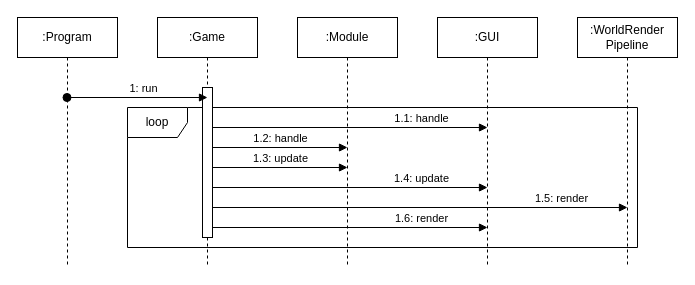
seedhartha/reone keeps this draw.io diagram as doc/diagram/mainloop.drawio. Above is the earlier version. Source tidied: cells renumbered, new cells numbered last; positions are measured from the earlier drawing's top-left corner, leaving out a move shared by most shapes. Both pictures are drawn from the tidied source at 100%, with x=0, y=0 at pixel (17, 17).
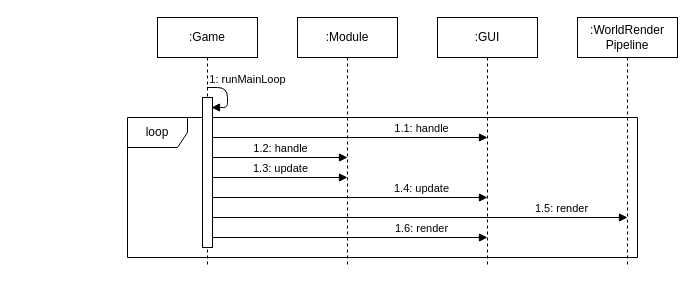
Above is the later version.

Commit message (it also covers changes not shown here):
Update main game loop diagram

[ci skip]

The change refers to these unchanged cells:
```xml
<mxCell id="4" value=":Game" style="shape=umlLifeline;perimeter=lifelinePerimeter;whiteSpace=wrap;html=1;" parent="1" vertex="1">
  <mxGeometry x="140" width="100" height="250" as="geometry" />
</mxCell>
```

Diff of the diagram source:
```diff
@@
     <mxCell id="2" value="loop" style="shape=umlFrame;whiteSpace=wrap;html=1;" parent="1" vertex="1">
-      <mxGeometry x="110" y="90" width="510" height="140" as="geometry" />
+      <mxGeometry x="110" y="100" width="510" height="140" as="geometry" />
     </mxCell>
-    <mxCell id="3" value=":Program" style="shape=umlLifeline;perimeter=lifelinePerimeter;whiteSpace=wrap;html=1;outlineConnect=0;" parent="1" vertex="1">
-      <mxGeometry width="100" height="250" as="geometry" />
-    </mxCell>
@@
     <mxCell id="5" style="html=1;points=[];perimeter=orthogonalPerimeter;" parent="4" vertex="1">
-      <mxGeometry x="45" y="70" width="10" height="150" as="geometry" />
+      <mxGeometry x="45" y="80" width="10" height="150" as="geometry" />
     </mxCell>
+    <mxCell id="16" value="1: runMainLoop" style="html=1;verticalAlign=bottom;endArrow=block;" parent="4" edge="1">
+      <mxGeometry x="-0.27" y="20" relative="1" as="geometry">
+        <mxPoint x="49.5" y="70" as="sourcePoint" />
+        <mxPoint x="54" y="90" as="targetPoint" />
+        <Array as="points">
+          <mxPoint x="70" y="70" />
+          <mxPoint x="70" y="90" />
+        </Array>
+      </mxGeometry>
+    </mxCell>
@@
-    <mxCell id="8" value="1.1: handle" style="html=1;verticalAlign=bottom;endArrow=block;" parent="1" edge="1" source="5">
+    <mxCell id="8" value="1.1: handle" style="html=1;verticalAlign=bottom;endArrow=block;" parent="1" edge="1">
       <mxGeometry x="0.52" relative="1" as="geometry">
-        <mxPoint x="470" y="110" as="targetPoint" />
+        <mxPoint x="195" y="120" as="sourcePoint" />
+        <mxPoint x="470" y="120" as="targetPoint" />
       </mxGeometry>
     </mxCell>
-    <mxCell id="9" value="1.2: handle" style="html=1;verticalAlign=bottom;endArrow=block;" parent="1" edge="1" source="5">
+    <mxCell id="9" value="1.2: handle" style="html=1;verticalAlign=bottom;endArrow=block;" parent="1" edge="1">
       <mxGeometry relative="1" as="geometry">
-        <mxPoint x="330" y="130" as="targetPoint" />
+        <mxPoint x="195" y="140" as="sourcePoint" />
+        <mxPoint x="330" y="140" as="targetPoint" />
       </mxGeometry>
     </mxCell>
-    <mxCell id="10" value="1.3: update" style="html=1;verticalAlign=bottom;endArrow=block;" parent="1" edge="1" source="5">
+    <mxCell id="10" value="1.3: update" style="html=1;verticalAlign=bottom;endArrow=block;" parent="1" edge="1">
       <mxGeometry relative="1" as="geometry">
-        <mxPoint x="330" y="150" as="targetPoint" />
+        <mxPoint x="195" y="160" as="sourcePoint" />
+        <mxPoint x="330" y="160" as="targetPoint" />
       </mxGeometry>
     </mxCell>
-    <mxCell id="11" value="1.4: update" style="html=1;verticalAlign=bottom;endArrow=block;" parent="1" edge="1" source="5">
+    <mxCell id="11" value="1.4: update" style="html=1;verticalAlign=bottom;endArrow=block;" parent="1" edge="1">
       <mxGeometry x="0.52" relative="1" as="geometry">
-        <mxPoint x="470" y="170" as="targetPoint" />
+        <mxPoint x="195" y="180" as="sourcePoint" />
+        <mxPoint x="470" y="180" as="targetPoint" />
       </mxGeometry>
     </mxCell>
@@
-    <mxCell id="13" value="1.5: render" style="html=1;verticalAlign=bottom;endArrow=block;" parent="1" edge="1" source="5">
+    <mxCell id="13" value="1.5: render" style="html=1;verticalAlign=bottom;endArrow=block;" parent="1" edge="1">
       <mxGeometry x="0.68" relative="1" as="geometry">
-        <mxPoint x="610" y="190" as="targetPoint" />
+        <mxPoint x="195" y="200" as="sourcePoint" />
+        <mxPoint x="610" y="200" as="targetPoint" />
       </mxGeometry>
     </mxCell>
-    <mxCell id="14" value="1.6: render" style="html=1;verticalAlign=bottom;endArrow=block;" parent="1" edge="1" source="5">
+    <mxCell id="14" value="1.6: render" style="html=1;verticalAlign=bottom;endArrow=block;" parent="1" edge="1">
       <mxGeometry x="0.52" relative="1" as="geometry">
-        <mxPoint x="470" y="210" as="targetPoint" />
+        <mxPoint x="195" y="220" as="sourcePoint" />
+        <mxPoint x="470" y="220" as="targetPoint" />
       </mxGeometry>
     </mxCell>
-    <mxCell id="15" value="1: run" style="html=1;verticalAlign=bottom;startArrow=oval;startFill=1;endArrow=block;startSize=8;" parent="1" edge="1" source="3">
-      <mxGeometry x="0.08" relative="1" as="geometry">
-        <mxPoint x="190" y="80" as="targetPoint" />
-      </mxGeometry>
-    </mxCell>
```
